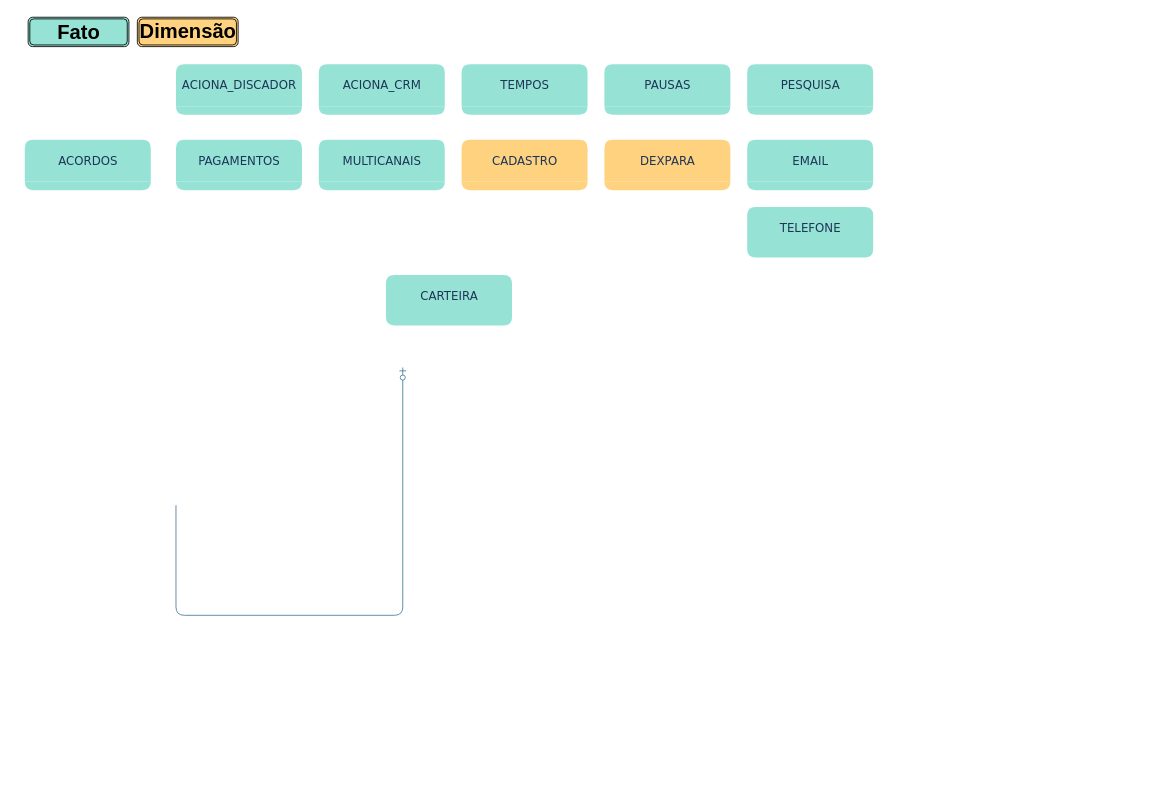
Before: Modelagens/Modelagem Conceitual.drawio in Matheus-Shadow/Data-Warehouse, a draw.io diagram. Source tidied: cells renumbered, new cells numbered last; positions are measured from the earlier drawing's top-left corner, leaving out a move shared by most shapes. Both pictures are drawn from the tidied source at 84%, with x=0, y=0 at pixel (24, 14).
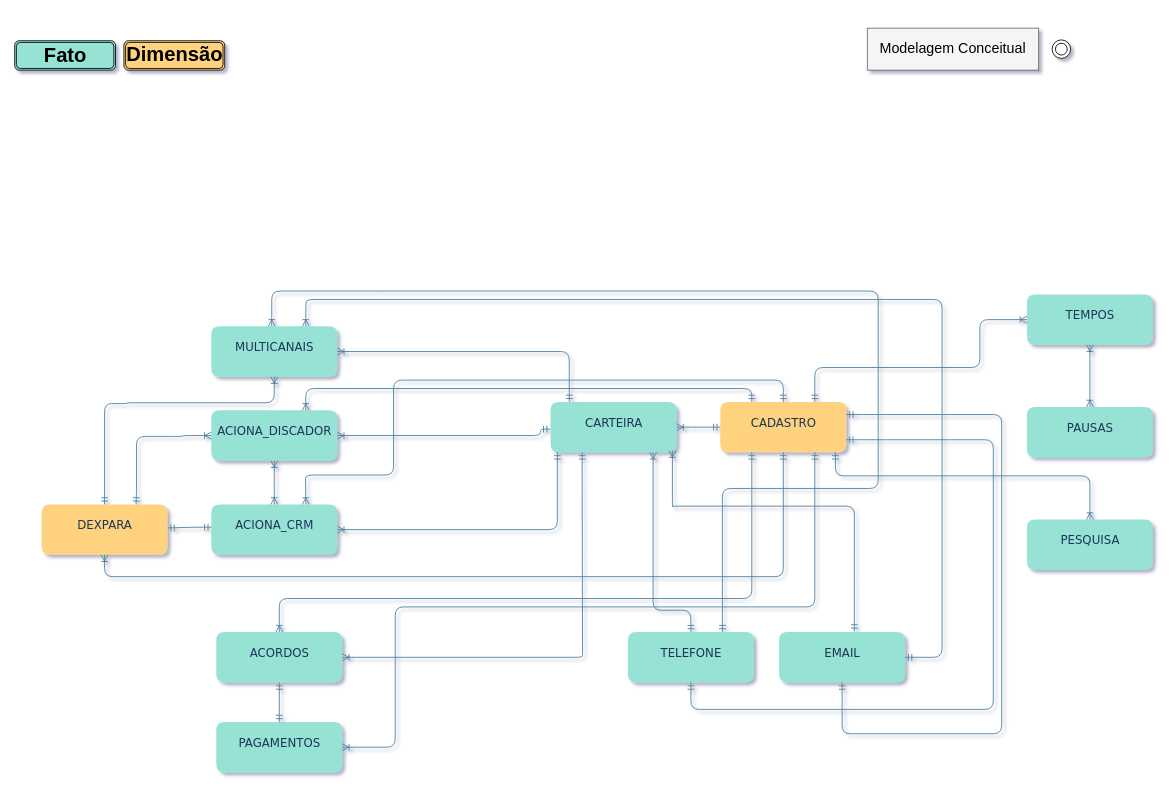
Above is the later version.

What changed in the source:
```diff
@@
-<mxGraphModel>
+<mxGraphModel background="#FFFFFF" shadow="1">
@@
     <mxCell id="2" value="CARTEIRA" style="swimlane;fontStyle=0;horizontal=1;startSize=50;fillColor=#96E3D5;swimlaneFillColor=#96E3D5;align=center;rounded=1;shadow=0;comic=0;labelBackgroundColor=none;strokeWidth=1;fontFamily=Verdana;fontSize=14;strokeColor=none;fontColor=#1D3557;arcSize=21;swimlaneLine=0;verticalAlign=middle;html=1;" parent="1" vertex="1">
-      <mxGeometry x="430" y="310" width="150" height="60" as="geometry" />
+      <mxGeometry x="626" y="461" width="150" height="60" as="geometry" />
     </mxCell>
-    <mxCell id="3" style="edgeStyle=orthogonalEdgeStyle;html=1;endArrow=ERzeroToOne;endFill=1;labelBackgroundColor=none;fontFamily=Verdana;fontSize=14;entryX=0;entryY=0.5;exitX=1;exitY=0.5;rounded=1;strokeColor=#457B9D;fontColor=default;" parent="1" edge="1">
+    <mxCell id="3" style="edgeStyle=orthogonalEdgeStyle;html=1;endArrow=ERmandOne;endFill=0;labelBackgroundColor=none;fontFamily=Verdana;fontSize=14;exitX=1;exitY=0.5;rounded=1;strokeColor=#457B9D;fontColor=default;exitDx=0;exitDy=0;startArrow=ERoneToMany;startFill=0;entryX=-0.003;entryY=0.54;entryDx=0;entryDy=0;entryPerimeter=0;" parent="1" edge="1" source="4" target="2">
       <mxGeometry relative="1" as="geometry">
-        <mxPoint x="180" y="584" as="sourcePoint" />
-        <mxPoint x="450" y="420" as="targetPoint" />
         <Array as="points">
-          <mxPoint x="180" y="715" />
-          <mxPoint x="450" y="715" />
+          <mxPoint x="614" y="501" />
         </Array>
       </mxGeometry>
     </mxCell>
     <mxCell id="4" value="ACIONA_DISCADOR" style="swimlane;fontStyle=0;horizontal=1;startSize=50;fillColor=#96E3D5;swimlaneFillColor=#96E3D5;align=center;rounded=1;shadow=0;comic=0;labelBackgroundColor=none;strokeWidth=1;fontFamily=Verdana;fontSize=14;strokeColor=none;fontColor=#1D3557;arcSize=21;swimlaneLine=0;verticalAlign=middle;html=1;" parent="1" vertex="1">
-      <mxGeometry x="180" y="59" width="150" height="60" as="geometry" />
+      <mxGeometry x="222" y="471" width="150" height="60" as="geometry" />
     </mxCell>
     <mxCell id="5" value="ACIONA_CRM" style="swimlane;fontStyle=0;horizontal=1;startSize=50;fillColor=#96E3D5;swimlaneFillColor=#96E3D5;align=center;rounded=1;shadow=0;comic=0;labelBackgroundColor=none;strokeWidth=1;fontFamily=Verdana;fontSize=14;strokeColor=none;fontColor=#1D3557;arcSize=21;swimlaneLine=0;verticalAlign=middle;html=1;" parent="1" vertex="1">
-      <mxGeometry x="350" y="59" width="150" height="60" as="geometry" />
+      <mxGeometry x="222" y="583" width="150" height="60" as="geometry" />
     </mxCell>
     <mxCell id="6" value="TEMPOS" style="swimlane;fontStyle=0;horizontal=1;startSize=50;fillColor=#96E3D5;swimlaneFillColor=#96E3D5;align=center;rounded=1;shadow=0;comic=0;labelBackgroundColor=none;strokeWidth=1;fontFamily=Verdana;fontSize=14;strokeColor=none;fontColor=#1D3557;arcSize=21;swimlaneLine=0;verticalAlign=middle;html=1;" parent="1" vertex="1">
-      <mxGeometry x="520" y="59" width="150" height="60" as="geometry" />
+      <mxGeometry x="1193" y="333" width="150" height="60" as="geometry" />
     </mxCell>
     <mxCell id="7" value="PAUSAS" style="swimlane;fontStyle=0;horizontal=1;startSize=50;fillColor=#96E3D5;swimlaneFillColor=#96E3D5;align=center;rounded=1;shadow=0;comic=0;labelBackgroundColor=none;strokeWidth=1;fontFamily=Verdana;fontSize=14;strokeColor=none;fontColor=#1D3557;arcSize=21;swimlaneLine=0;verticalAlign=middle;html=1;" parent="1" vertex="1">
-      <mxGeometry x="690" y="59" width="150" height="60" as="geometry" />
+      <mxGeometry x="1193" y="467" width="150" height="60" as="geometry" />
     </mxCell>
     <mxCell id="8" value="PESQUISA" style="swimlane;fontStyle=0;horizontal=1;startSize=50;fillColor=#96E3D5;swimlaneFillColor=#96E3D5;align=center;rounded=1;shadow=0;comic=0;labelBackgroundColor=none;strokeWidth=1;fontFamily=Verdana;fontSize=14;strokeColor=none;fontColor=#1D3557;arcSize=21;swimlaneLine=0;verticalAlign=middle;html=1;" parent="1" vertex="1">
-      <mxGeometry x="860" y="59" width="150" height="60" as="geometry" />
+      <mxGeometry x="1193" y="601" width="150" height="60" as="geometry" />
     </mxCell>
     <mxCell id="9" value="ACORDOS" style="swimlane;fontStyle=0;horizontal=1;startSize=50;fillColor=#96E3D5;swimlaneFillColor=#96E3D5;align=center;rounded=1;shadow=0;comic=0;labelBackgroundColor=none;strokeWidth=1;fontFamily=Verdana;fontSize=14;strokeColor=none;fontColor=#1D3557;arcSize=21;swimlaneLine=0;verticalAlign=middle;html=1;" parent="1" vertex="1">
-      <mxGeometry y="149" width="150" height="60" as="geometry" />
+      <mxGeometry x="228" y="735" width="150" height="60" as="geometry" />
     </mxCell>
     <mxCell id="10" value="PAGAMENTOS" style="swimlane;fontStyle=0;horizontal=1;startSize=50;fillColor=#96E3D5;swimlaneFillColor=#96E3D5;align=center;rounded=1;shadow=0;comic=0;labelBackgroundColor=none;strokeWidth=1;fontFamily=Verdana;fontSize=14;strokeColor=none;fontColor=#1D3557;arcSize=21;swimlaneLine=0;verticalAlign=middle;html=1;" parent="1" vertex="1">
-      <mxGeometry x="180" y="149" width="150" height="60" as="geometry" />
+      <mxGeometry x="228" y="842" width="150" height="60" as="geometry" />
     </mxCell>
     <mxCell id="11" value="MULTICANAIS" style="swimlane;fontStyle=0;horizontal=1;startSize=50;fillColor=#96E3D5;swimlaneFillColor=#96E3D5;align=center;rounded=1;shadow=0;comic=0;labelBackgroundColor=none;strokeWidth=1;fontFamily=Verdana;fontSize=14;strokeColor=none;fontColor=#1D3557;arcSize=21;swimlaneLine=0;verticalAlign=middle;html=1;" parent="1" vertex="1">
-      <mxGeometry x="350" y="149" width="150" height="60" as="geometry" />
+      <mxGeometry x="222" y="371" width="150" height="60" as="geometry" />
     </mxCell>
     <mxCell id="12" value="CADASTRO" style="swimlane;fontStyle=0;horizontal=1;startSize=50;fillColor=#FFD280;swimlaneFillColor=#FFD280;align=center;rounded=1;shadow=0;comic=0;labelBackgroundColor=none;strokeWidth=1;fontFamily=Verdana;fontSize=14;strokeColor=none;fontColor=#1D3557;arcSize=21;swimlaneLine=0;verticalAlign=middle;html=1;" parent="1" vertex="1">
-      <mxGeometry x="520" y="149" width="150" height="60" as="geometry" />
+      <mxGeometry x="828" y="461" width="150" height="60" as="geometry" />
     </mxCell>
     <mxCell id="13" value="DEXPARA" style="swimlane;fontStyle=0;horizontal=1;startSize=50;fillColor=#FFD280;swimlaneFillColor=#FFD280;align=center;rounded=1;shadow=0;comic=0;labelBackgroundColor=none;strokeWidth=1;fontFamily=Verdana;fontSize=14;strokeColor=none;fontColor=#1D3557;arcSize=21;swimlaneLine=0;verticalAlign=middle;html=1;" parent="1" vertex="1">
-      <mxGeometry x="690" y="149" width="150" height="60" as="geometry" />
+      <mxGeometry x="20" y="583" width="150" height="60" as="geometry" />
     </mxCell>
     <mxCell id="14" value="EMAIL" style="swimlane;fontStyle=0;horizontal=1;startSize=50;fillColor=#96E3D5;swimlaneFillColor=#96E3D5;align=center;rounded=1;shadow=0;comic=0;labelBackgroundColor=none;strokeWidth=1;fontFamily=Verdana;fontSize=14;strokeColor=none;fontColor=#1D3557;arcSize=21;swimlaneLine=0;verticalAlign=middle;html=1;" parent="1" vertex="1">
-      <mxGeometry x="860" y="149" width="150" height="60" as="geometry" />
+      <mxGeometry x="898" y="735" width="150" height="60" as="geometry" />
     </mxCell>
     <mxCell id="15" value="TELEFONE" style="swimlane;fontStyle=0;horizontal=1;startSize=50;fillColor=#96E3D5;swimlaneFillColor=#96E3D5;align=center;rounded=1;shadow=0;comic=0;labelBackgroundColor=none;strokeWidth=1;fontFamily=Verdana;fontSize=14;strokeColor=none;fontColor=#1D3557;arcSize=21;swimlaneLine=0;verticalAlign=middle;html=1;" parent="1" vertex="1">
-      <mxGeometry x="860" y="229" width="150" height="60" as="geometry" />
+      <mxGeometry x="718" y="735" width="150" height="60" as="geometry" />
     </mxCell>
     <mxCell id="16" style="shape=ext;double=1;rounded=1;whiteSpace=wrap;html=1;fontColor=default;fillColor=#96E3D5;" parent="1" vertex="1">
-      <mxGeometry x="4" y="3" width="120" height="35" as="geometry" />
+      <mxGeometry x="-12" y="31" width="120" height="35" as="geometry" />
     </mxCell>
     <mxCell id="17" value="&lt;font color=&quot;#000000&quot;&gt;Fato&lt;/font&gt;" style="text;strokeColor=none;fillColor=none;html=1;fontSize=24;fontStyle=1;verticalAlign=middle;align=center;rounded=1;fontColor=default;" parent="1" vertex="1">
-      <mxGeometry x="14" y="1" width="100" height="40" as="geometry" />
+      <mxGeometry x="-2" y="29" width="100" height="40" as="geometry" />
     </mxCell>
     <mxCell id="18" style="shape=ext;double=1;rounded=1;whiteSpace=wrap;html=1;fontColor=default;fillColor=#FFD280;" parent="1" vertex="1">
-      <mxGeometry x="134" y="3" width="120" height="35" as="geometry" />
+      <mxGeometry x="118" y="31" width="120" height="35" as="geometry" />
     </mxCell>
     <mxCell id="19" value="&lt;font color=&quot;#000000&quot;&gt;Dimensão&lt;/font&gt;" style="text;strokeColor=none;fillColor=none;html=1;fontSize=24;fontStyle=1;verticalAlign=middle;align=center;rounded=1;fontColor=default;" parent="1" vertex="1">
-      <mxGeometry x="144" width="100" height="40" as="geometry" />
+      <mxGeometry x="128" y="28" width="100" height="40" as="geometry" />
     </mxCell>
+    <mxCell id="20" style="edgeStyle=orthogonalEdgeStyle;html=1;endArrow=ERmandOne;endFill=0;labelBackgroundColor=none;fontFamily=Verdana;fontSize=14;rounded=1;strokeColor=#457B9D;fontColor=default;startArrow=ERoneToMany;startFill=0;exitX=1;exitY=0.5;exitDx=0;exitDy=0;" parent="1" edge="1" source="5">
+      <mxGeometry relative="1" as="geometry">
+        <mxPoint x="634" y="521" as="targetPoint" />
+        <Array as="points">
+          <mxPoint x="634" y="613" />
+        </Array>
+      </mxGeometry>
+    </mxCell>
+    <mxCell id="21" style="edgeStyle=orthogonalEdgeStyle;html=1;endArrow=ERmandOne;endFill=0;labelBackgroundColor=none;fontFamily=Verdana;fontSize=14;rounded=1;strokeColor=#457B9D;fontColor=default;startArrow=ERmandOne;startFill=0;exitX=0.5;exitY=0;exitDx=0;exitDy=0;entryX=0.5;entryY=1;entryDx=0;entryDy=0;" parent="1" edge="1" source="10" target="9">
+      <mxGeometry relative="1" as="geometry">
+        <Array as="points">
+          <mxPoint x="303" y="825" />
+          <mxPoint x="303" y="825" />
+        </Array>
+      </mxGeometry>
+    </mxCell>
+    <mxCell id="22" style="edgeStyle=orthogonalEdgeStyle;html=1;endArrow=ERoneToMany;endFill=0;labelBackgroundColor=none;fontFamily=Verdana;fontSize=14;rounded=1;strokeColor=#457B9D;fontColor=default;startArrow=ERoneToMany;startFill=0;entryX=0.5;entryY=1;entryDx=0;entryDy=0;exitX=0.5;exitY=0;exitDx=0;exitDy=0;" parent="1" edge="1" source="5" target="4">
+      <mxGeometry relative="1" as="geometry">
+        <Array as="points">
+          <mxPoint x="297" y="556" />
+          <mxPoint x="297" y="556" />
+        </Array>
+      </mxGeometry>
+    </mxCell>
+    <mxCell id="23" style="edgeStyle=orthogonalEdgeStyle;html=1;endArrow=ERmandOne;endFill=0;labelBackgroundColor=none;fontFamily=Verdana;fontSize=14;rounded=1;strokeColor=#457B9D;fontColor=default;startArrow=ERoneToMany;startFill=0;exitX=1;exitY=0.5;exitDx=0;exitDy=0;entryX=0.25;entryY=1;entryDx=0;entryDy=0;" parent="1" edge="1" source="9" target="2">
+      <mxGeometry relative="1" as="geometry">
+        <Array as="points">
+          <mxPoint x="664" y="765" />
+          <mxPoint x="664" y="762" />
+          <mxPoint x="664" y="762" />
+        </Array>
+      </mxGeometry>
+    </mxCell>
+    <mxCell id="24" style="edgeStyle=orthogonalEdgeStyle;html=1;endArrow=ERmandOne;endFill=0;labelBackgroundColor=none;fontFamily=Verdana;fontSize=14;rounded=1;strokeColor=#457B9D;fontColor=default;startArrow=ERmandOne;startFill=0;entryX=1;entryY=0.5;entryDx=0;entryDy=0;exitX=0.001;exitY=0.452;exitDx=0;exitDy=0;exitPerimeter=0;" parent="1" edge="1" source="5">
+      <mxGeometry relative="1" as="geometry">
+        <mxPoint x="170" y="611" as="targetPoint" />
+        <Array as="points">
+          <mxPoint x="202" y="610" />
+        </Array>
+      </mxGeometry>
+    </mxCell>
+    <mxCell id="25" style="edgeStyle=orthogonalEdgeStyle;html=1;endArrow=ERmandOne;endFill=0;labelBackgroundColor=none;fontFamily=Verdana;fontSize=14;rounded=1;strokeColor=#457B9D;fontColor=default;startArrow=ERoneToMany;startFill=0;entryX=0;entryY=0.5;entryDx=0;entryDy=0;exitX=1;exitY=0.5;exitDx=0;exitDy=0;" parent="1" edge="1" source="2" target="12">
+      <mxGeometry relative="1" as="geometry">
+        <Array as="points">
+          <mxPoint x="804" y="491" />
+          <mxPoint x="804" y="491" />
+        </Array>
+      </mxGeometry>
+    </mxCell>
+    <mxCell id="26" style="edgeStyle=orthogonalEdgeStyle;html=1;endArrow=ERmandOne;endFill=0;labelBackgroundColor=none;fontFamily=Verdana;fontSize=14;rounded=1;strokeColor=#457B9D;fontColor=default;startArrow=ERoneToMany;startFill=0;entryX=0.5;entryY=0;entryDx=0;entryDy=0;" parent="1" edge="1" target="15">
+      <mxGeometry relative="1" as="geometry">
+        <mxPoint x="748" y="521" as="sourcePoint" />
+        <Array as="points">
+          <mxPoint x="748" y="709" />
+          <mxPoint x="793" y="709" />
+        </Array>
+      </mxGeometry>
+    </mxCell>
+    <mxCell id="27" style="edgeStyle=orthogonalEdgeStyle;html=1;endArrow=ERmandOne;endFill=0;labelBackgroundColor=none;fontFamily=Verdana;fontSize=14;exitX=1;exitY=0.5;rounded=1;strokeColor=#457B9D;fontColor=default;exitDx=0;exitDy=0;startArrow=ERoneToMany;startFill=0;entryX=0.148;entryY=-0.002;entryDx=0;entryDy=0;entryPerimeter=0;" parent="1" edge="1" source="11" target="2">
+      <mxGeometry relative="1" as="geometry">
+        <Array as="points">
+          <mxPoint x="648" y="401" />
+        </Array>
+      </mxGeometry>
+    </mxCell>
+    <mxCell id="28" style="edgeStyle=orthogonalEdgeStyle;html=1;endArrow=ERmandOne;endFill=0;labelBackgroundColor=none;fontFamily=Verdana;fontSize=14;rounded=1;strokeColor=#457B9D;fontColor=default;startArrow=ERoneToMany;startFill=0;exitX=0.5;exitY=1;exitDx=0;exitDy=0;entryX=0.5;entryY=0;entryDx=0;entryDy=0;" parent="1" edge="1" source="11" target="13">
+      <mxGeometry relative="1" as="geometry">
+        <Array as="points">
+          <mxPoint x="297" y="462" />
+          <mxPoint x="121" y="462" />
+          <mxPoint x="121" y="463" />
+          <mxPoint x="95" y="463" />
+        </Array>
+      </mxGeometry>
+    </mxCell>
+    <mxCell id="29" style="edgeStyle=orthogonalEdgeStyle;html=1;endArrow=ERmandOne;endFill=0;labelBackgroundColor=none;fontFamily=Verdana;fontSize=14;rounded=1;strokeColor=#457B9D;fontColor=default;startArrow=ERoneToMany;startFill=0;entryX=0.75;entryY=0;entryDx=0;entryDy=0;exitX=0;exitY=0.5;exitDx=0;exitDy=0;" parent="1" edge="1" source="4" target="13">
+      <mxGeometry relative="1" as="geometry">
+        <Array as="points">
+          <mxPoint x="188" y="501" />
+          <mxPoint x="133" y="502" />
+          <mxPoint x="133" y="568" />
+          <mxPoint x="133" y="568" />
+        </Array>
+      </mxGeometry>
+    </mxCell>
+    <mxCell id="30" style="edgeStyle=orthogonalEdgeStyle;html=1;endArrow=ERmandOne;endFill=0;labelBackgroundColor=none;fontFamily=Verdana;fontSize=14;rounded=1;strokeColor=#457B9D;fontColor=default;startArrow=ERoneToMany;startFill=0;entryX=0.597;entryY=-0.013;entryDx=0;entryDy=0;entryPerimeter=0;" parent="1" edge="1" target="14">
+      <mxGeometry relative="1" as="geometry">
+        <mxPoint x="771" y="519" as="sourcePoint" />
+        <Array as="points">
+          <mxPoint x="771" y="586" />
+          <mxPoint x="772" y="586" />
+          <mxPoint x="988" y="585" />
+        </Array>
+      </mxGeometry>
+    </mxCell>
+    <mxCell id="31" style="edgeStyle=orthogonalEdgeStyle;html=1;endArrow=ERmandOne;endFill=0;labelBackgroundColor=none;fontFamily=Verdana;fontSize=14;rounded=1;strokeColor=#457B9D;fontColor=default;startArrow=ERoneToMany;startFill=0;entryX=0.75;entryY=0;entryDx=0;entryDy=0;exitX=0.48;exitY=0;exitDx=0;exitDy=0;exitPerimeter=0;" parent="1" edge="1" source="11" target="15">
+      <mxGeometry relative="1" as="geometry">
+        <Array as="points">
+          <mxPoint x="426" y="329" />
+          <mxPoint x="1016" y="329" />
+          <mxPoint x="1016" y="564" />
+          <mxPoint x="866" y="564" />
+        </Array>
+      </mxGeometry>
+    </mxCell>
+    <mxCell id="32" value="&lt;font style=&quot;font-size: 17px;&quot; color=&quot;#000000&quot;&gt;Modelagem Conceitual&lt;/font&gt;" style="text;html=1;strokeColor=#666666;fillColor=#f5f5f5;align=center;verticalAlign=middle;whiteSpace=wrap;rounded=0;fontColor=#333333;" parent="1" vertex="1">
+      <mxGeometry x="1003" y="16" width="204" height="50" as="geometry" />
+    </mxCell>
+    <mxCell id="33" style="ellipse;shape=doubleEllipse;whiteSpace=wrap;html=1;fontColor=#000000;" parent="1" vertex="1">
+      <mxGeometry x="1223" y="30" width="22" height="22" as="geometry" />
+    </mxCell>
+    <mxCell id="34" style="edgeStyle=orthogonalEdgeStyle;html=1;endArrow=ERmandOne;endFill=0;labelBackgroundColor=none;fontFamily=Verdana;fontSize=14;rounded=1;strokeColor=#457B9D;fontColor=default;startArrow=ERoneToMany;startFill=0;exitX=0.75;exitY=0;exitDx=0;exitDy=0;entryX=0.25;entryY=0;entryDx=0;entryDy=0;" parent="1" edge="1" source="4" target="12">
+      <mxGeometry relative="1" as="geometry">
+        <Array as="points">
+          <mxPoint x="335" y="445" />
+          <mxPoint x="866" y="445" />
+        </Array>
+      </mxGeometry>
+    </mxCell>
+    <mxCell id="35" style="edgeStyle=orthogonalEdgeStyle;html=1;endArrow=ERmandOne;endFill=0;labelBackgroundColor=none;fontFamily=Verdana;fontSize=14;rounded=1;strokeColor=#457B9D;fontColor=default;startArrow=ERoneToMany;startFill=0;exitX=0.75;exitY=0;exitDx=0;exitDy=0;entryX=0.5;entryY=0;entryDx=0;entryDy=0;" parent="1" edge="1" source="5" target="12">
+      <mxGeometry relative="1" as="geometry">
+        <Array as="points">
+          <mxPoint x="334" y="566" />
+          <mxPoint x="334" y="566" />
+          <mxPoint x="334" y="548" />
+          <mxPoint x="439" y="548" />
+          <mxPoint x="439" y="435" />
+          <mxPoint x="903" y="435" />
+        </Array>
+      </mxGeometry>
+    </mxCell>
+    <mxCell id="36" style="edgeStyle=orthogonalEdgeStyle;html=1;endArrow=ERmandOne;endFill=0;labelBackgroundColor=none;fontFamily=Verdana;fontSize=14;rounded=1;strokeColor=#457B9D;fontColor=default;startArrow=ERoneToMany;startFill=0;entryX=1;entryY=0.5;entryDx=0;entryDy=0;exitX=0.75;exitY=0;exitDx=0;exitDy=0;" parent="1" edge="1" source="11" target="14">
+      <mxGeometry relative="1" as="geometry">
+        <Array as="points">
+          <mxPoint x="335" y="352" />
+          <mxPoint x="335" y="352" />
+          <mxPoint x="335" y="339" />
+          <mxPoint x="1092" y="339" />
+          <mxPoint x="1092" y="765" />
+        </Array>
+      </mxGeometry>
+    </mxCell>
+    <mxCell id="37" style="edgeStyle=orthogonalEdgeStyle;html=1;endArrow=ERmandOne;endFill=0;labelBackgroundColor=none;fontFamily=Verdana;fontSize=14;rounded=1;strokeColor=#457B9D;fontColor=default;startArrow=ERoneToMany;startFill=0;entryX=0.5;entryY=1;entryDx=0;entryDy=0;exitX=0.5;exitY=1;exitDx=0;exitDy=0;" parent="1" edge="1" source="13" target="12">
+      <mxGeometry relative="1" as="geometry">
+        <Array as="points">
+          <mxPoint x="95" y="669" />
+          <mxPoint x="903" y="669" />
+        </Array>
+      </mxGeometry>
+    </mxCell>
+    <mxCell id="38" style="edgeStyle=orthogonalEdgeStyle;html=1;endArrow=ERmandOne;endFill=0;labelBackgroundColor=none;fontFamily=Verdana;fontSize=14;rounded=1;strokeColor=#457B9D;fontColor=default;startArrow=ERoneToMany;startFill=0;entryX=0.25;entryY=1;entryDx=0;entryDy=0;exitX=0.5;exitY=0;exitDx=0;exitDy=0;" parent="1" edge="1" source="9" target="12">
+      <mxGeometry relative="1" as="geometry">
+        <Array as="points">
+          <mxPoint x="303" y="695" />
+          <mxPoint x="866" y="695" />
+          <mxPoint x="866" y="521" />
+        </Array>
+      </mxGeometry>
+    </mxCell>
+    <mxCell id="39" style="edgeStyle=orthogonalEdgeStyle;html=1;endArrow=ERmandOne;endFill=0;labelBackgroundColor=none;fontFamily=Verdana;fontSize=14;rounded=1;strokeColor=#457B9D;fontColor=default;startArrow=ERoneToMany;startFill=0;exitX=1;exitY=0.5;exitDx=0;exitDy=0;entryX=0.75;entryY=1;entryDx=0;entryDy=0;" parent="1" edge="1" source="10" target="12">
+      <mxGeometry relative="1" as="geometry">
+        <Array as="points">
+          <mxPoint x="441" y="872" />
+          <mxPoint x="441" y="705" />
+          <mxPoint x="940" y="705" />
+        </Array>
+      </mxGeometry>
+    </mxCell>
+    <mxCell id="40" style="edgeStyle=orthogonalEdgeStyle;html=1;endArrow=ERmandOne;endFill=0;labelBackgroundColor=none;fontFamily=Verdana;fontSize=14;rounded=1;strokeColor=#457B9D;fontColor=default;startArrow=ERmandOne;startFill=0;exitX=1;exitY=0.75;exitDx=0;exitDy=0;entryX=0.5;entryY=1;entryDx=0;entryDy=0;" parent="1" edge="1" source="12" target="15">
+      <mxGeometry relative="1" as="geometry">
+        <Array as="points">
+          <mxPoint x="1153" y="506" />
+          <mxPoint x="1153" y="827" />
+          <mxPoint x="793" y="827" />
+        </Array>
+      </mxGeometry>
+    </mxCell>
+    <mxCell id="41" style="edgeStyle=orthogonalEdgeStyle;html=1;endArrow=ERmandOne;endFill=0;labelBackgroundColor=none;fontFamily=Verdana;fontSize=14;rounded=1;strokeColor=#457B9D;fontColor=default;startArrow=ERmandOne;startFill=0;exitX=1;exitY=0.25;exitDx=0;exitDy=0;entryX=0.5;entryY=1;entryDx=0;entryDy=0;" parent="1" edge="1" source="12" target="14">
+      <mxGeometry relative="1" as="geometry">
+        <Array as="points">
+          <mxPoint x="1163" y="476" />
+          <mxPoint x="1163" y="856" />
+          <mxPoint x="973" y="856" />
+        </Array>
+      </mxGeometry>
+    </mxCell>
+    <mxCell id="42" style="edgeStyle=orthogonalEdgeStyle;html=1;endArrow=ERoneToMany;endFill=0;labelBackgroundColor=none;fontFamily=Verdana;fontSize=14;rounded=1;strokeColor=#457B9D;fontColor=default;startArrow=ERoneToMany;startFill=0;exitX=0.5;exitY=1;exitDx=0;exitDy=0;entryX=0.5;entryY=0;entryDx=0;entryDy=0;" parent="1" edge="1" source="6" target="7">
+      <mxGeometry relative="1" as="geometry">
+        <Array as="points">
+          <mxPoint x="1268" y="431" />
+          <mxPoint x="1268" y="431" />
+        </Array>
+      </mxGeometry>
+    </mxCell>
+    <mxCell id="43" style="edgeStyle=orthogonalEdgeStyle;html=1;endArrow=ERmandOne;endFill=0;labelBackgroundColor=none;fontFamily=Verdana;fontSize=14;rounded=1;strokeColor=#457B9D;fontColor=default;startArrow=ERoneToMany;startFill=0;exitX=0;exitY=0.5;exitDx=0;exitDy=0;entryX=0.75;entryY=0;entryDx=0;entryDy=0;" parent="1" edge="1" source="6" target="12">
+      <mxGeometry relative="1" as="geometry">
+        <Array as="points">
+          <mxPoint x="1137" y="363" />
+          <mxPoint x="1137" y="420" />
+          <mxPoint x="941" y="420" />
+        </Array>
+      </mxGeometry>
+    </mxCell>
+    <mxCell id="44" style="edgeStyle=orthogonalEdgeStyle;html=1;endArrow=ERoneToMany;endFill=0;labelBackgroundColor=none;fontFamily=Verdana;fontSize=14;rounded=1;strokeColor=#457B9D;fontColor=default;startArrow=ERmandOne;startFill=0;entryX=0.5;entryY=0;entryDx=0;entryDy=0;" parent="1" edge="1" target="8">
+      <mxGeometry relative="1" as="geometry">
+        <mxPoint x="965" y="521" as="sourcePoint" />
+        <Array as="points">
+          <mxPoint x="965" y="549" />
+          <mxPoint x="1268" y="549" />
+        </Array>
+      </mxGeometry>
+    </mxCell>
```
